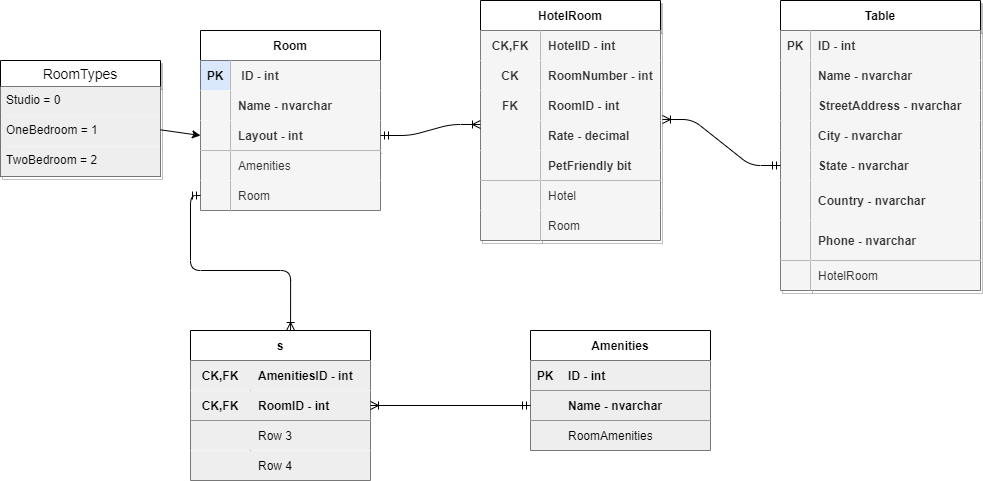
joshhaddock88/Async-Inn keeps this draw.io diagram as images/AsyncInn.png. Above is the earlier version. Source tidied: cells renumbered, new cells last; positions are measured from the earlier drawing's top-left corner, leaving out a move shared by most shapes.
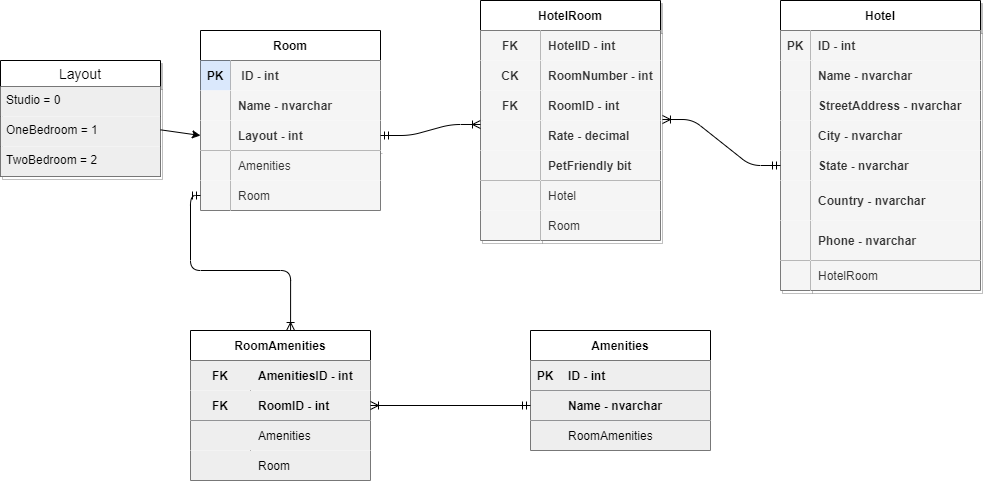
The same file after the commit.

Change to the diagram source:
```diff
@@ -50,7 +50,7 @@
     <mxCell id="17" value="Room" style="shape=partialRectangle;fillColor=#f5f5f5;top=0;left=0;bottom=0;right=0;align=left;spacingLeft=6;overflow=hidden;strokeColor=#666666;fontColor=#333333;" parent="15" vertex="1">
       <mxGeometry x="30" width="150" height="30" as="geometry" />
     </mxCell>
-    <mxCell id="18" value="RoomTypes" style="swimlane;fontStyle=0;horizontal=1;startSize=26;align=center;fontSize=14;shadow=1;" parent="1" vertex="1">
+    <mxCell id="18" value="Layout" style="swimlane;fontStyle=0;horizontal=1;startSize=26;align=center;fontSize=14;shadow=1;" parent="1" vertex="1">
       <mxGeometry y="60" width="160" height="116" as="geometry" />
     </mxCell>
     <mxCell id="19" value="Studio = 0" style="text;spacingLeft=4;spacingRight=4;overflow=hidden;fontSize=12;fillColor=#eeeeee;" parent="18" vertex="1">
@@ -71,7 +71,7 @@
     <mxCell id="24" style="shape=partialRectangle;fillColor=none;top=0;left=0;bottom=0;right=0;" parent="23" vertex="1">
       <mxGeometry y="30" width="180" height="30" as="geometry" />
     </mxCell>
-    <mxCell id="25" value="CK,FK" style="shape=partialRectangle;fillColor=#f5f5f5;top=0;left=0;bottom=0;right=0;fontStyle=1;overflow=hidden;strokeColor=#666666;fontColor=#333333;" parent="24" vertex="1">
+    <mxCell id="25" value="FK" style="shape=partialRectangle;fillColor=#f5f5f5;top=0;left=0;bottom=0;right=0;fontStyle=1;overflow=hidden;strokeColor=#666666;fontColor=#333333;" parent="24" vertex="1">
       <mxGeometry width="60" height="30" as="geometry" />
     </mxCell>
     <mxCell id="26" value="HotelID - int" style="shape=partialRectangle;fillColor=#f5f5f5;top=0;left=0;bottom=0;right=0;align=left;spacingLeft=6;fontStyle=1;overflow=hidden;strokeColor=#666666;fontColor=#333333;" parent="24" vertex="1">
@@ -134,7 +134,7 @@
     <mxCell id="45" style="edgeStyle=entityRelationEdgeStyle;fontSize=12;html=1;endArrow=ERoneToMany;startArrow=ERmandOne;exitX=1;exitY=0.5;exitDx=0;exitDy=0;entryX=0;entryY=0.133;entryDx=0;entryDy=0;entryPerimeter=0;" parent="1" edge="1" source="9" target="33">
       <mxGeometry relative="1" as="geometry" />
     </mxCell>
-    <mxCell id="46" value="Table" style="shape=table;startSize=30;rowLines=0;fontStyle=1;align=center;shadow=1;" parent="1" vertex="1">
+    <mxCell id="46" value="Hotel" style="shape=table;startSize=30;rowLines=0;fontStyle=1;align=center;shadow=1;" parent="1" vertex="1">
       <mxGeometry x="780" width="200" height="290" as="geometry" />
     </mxCell>
     <mxCell id="47" style="shape=partialRectangle;fillColor=none;top=0;left=0;bottom=1;right=0;strokeColor=none;" parent="46" vertex="1">
@@ -212,13 +212,13 @@
     <mxCell id="71" style="edgeStyle=entityRelationEdgeStyle;fontSize=12;html=1;endArrow=ERoneToMany;startArrow=ERmandOne;entryX=1.011;entryY=-0.033;entryDx=0;entryDy=0;entryPerimeter=0;" parent="1" edge="1" source="59" target="33">
       <mxGeometry relative="1" as="geometry" />
     </mxCell>
-    <mxCell id="72" value="s" style="shape=table;startSize=30;rowLines=0;fontStyle=1;align=center;shadow=0;sketch=0;strokeColor=#000000;fillColor=#ffffff;" parent="1" vertex="1">
+    <mxCell id="72" value="RoomAmenities" style="shape=table;startSize=30;rowLines=0;fontStyle=1;align=center;shadow=0;sketch=0;strokeColor=#000000;fillColor=#ffffff;" parent="1" vertex="1">
       <mxGeometry x="190" y="330" width="180" height="150" as="geometry" />
     </mxCell>
     <mxCell id="73" style="shape=partialRectangle;fillColor=#eeeeee;top=0;left=0;bottom=0;right=0;strokeColor=#36393d;" parent="72" vertex="1">
       <mxGeometry y="30" width="180" height="30" as="geometry" />
     </mxCell>
-    <mxCell id="74" value="CK,FK" style="shape=partialRectangle;fillColor=none;top=0;left=0;bottom=0;right=0;fontStyle=1;overflow=hidden;" parent="73" vertex="1">
+    <mxCell id="74" value="FK" style="shape=partialRectangle;fillColor=none;top=0;left=0;bottom=0;right=0;fontStyle=1;overflow=hidden;" parent="73" vertex="1">
       <mxGeometry width="60" height="30" as="geometry" />
     </mxCell>
     <mxCell id="75" value="AmenitiesID - int" style="shape=partialRectangle;fillColor=none;top=0;left=0;bottom=0;right=0;align=left;spacingLeft=6;fontStyle=1;overflow=hidden;" parent="73" vertex="1">
@@ -227,7 +227,7 @@
     <mxCell id="76" style="shape=partialRectangle;fillColor=#eeeeee;top=0;left=0;bottom=1;right=0;points=[[0,0.5],[1,0.5]];portConstraint=eastwest;strokeColor=#36393d;" parent="72" vertex="1">
       <mxGeometry y="60" width="180" height="30" as="geometry" />
     </mxCell>
-    <mxCell id="77" value="CK,FK" style="shape=partialRectangle;fillColor=none;top=0;left=0;bottom=0;right=0;fontStyle=1;overflow=hidden;" parent="76" vertex="1">
+    <mxCell id="77" value="FK" style="shape=partialRectangle;fillColor=none;top=0;left=0;bottom=0;right=0;fontStyle=1;overflow=hidden;" parent="76" vertex="1">
       <mxGeometry width="60" height="30" as="geometry" />
     </mxCell>
     <mxCell id="78" value="RoomID - int" style="shape=partialRectangle;fillColor=none;top=0;left=0;bottom=0;right=0;align=left;spacingLeft=6;fontStyle=1;overflow=hidden;" parent="76" vertex="1">
@@ -239,7 +239,7 @@
     <mxCell id="80" style="shape=partialRectangle;fillColor=none;top=0;left=0;bottom=0;right=0;overflow=hidden;" parent="79" vertex="1">
       <mxGeometry width="60" height="30" as="geometry" />
     </mxCell>
-    <mxCell id="81" value="Row 3" style="shape=partialRectangle;fillColor=none;top=0;left=0;bottom=0;right=0;align=left;spacingLeft=6;overflow=hidden;" parent="79" vertex="1">
+    <mxCell id="81" value="Amenities" style="shape=partialRectangle;fillColor=none;top=0;left=0;bottom=0;right=0;align=left;spacingLeft=6;overflow=hidden;" parent="79" vertex="1">
       <mxGeometry x="60" width="120" height="30" as="geometry" />
     </mxCell>
     <mxCell id="82" style="shape=partialRectangle;fillColor=#eeeeee;top=0;left=0;bottom=0;right=0;strokeColor=#36393d;" parent="72" vertex="1">
@@ -248,7 +248,7 @@
     <mxCell id="83" style="shape=partialRectangle;fillColor=none;top=0;left=0;bottom=0;right=0;overflow=hidden;" parent="82" vertex="1">
       <mxGeometry width="60" height="30" as="geometry" />
     </mxCell>
-    <mxCell id="84" value="Row 4" style="shape=partialRectangle;fillColor=none;top=0;left=0;bottom=0;right=0;align=left;spacingLeft=6;overflow=hidden;" parent="82" vertex="1">
+    <mxCell id="84" value="Room" style="shape=partialRectangle;fillColor=none;top=0;left=0;bottom=0;right=0;align=left;spacingLeft=6;overflow=hidden;" parent="82" vertex="1">
       <mxGeometry x="60" width="120" height="30" as="geometry" />
     </mxCell>
     <mxCell id="85" style="edgeStyle=elbowEdgeStyle;fontSize=12;html=1;endArrow=ERoneToMany;startArrow=ERmandOne;exitX=0.433;exitY=1.067;exitDx=0;exitDy=0;exitPerimeter=0;jumpStyle=none;rounded=1;strokeColor=none;entryX=0.444;entryY=-0.007;entryDx=0;entryDy=0;entryPerimeter=0;" parent="1" edge="1" source="15" target="72">
```
